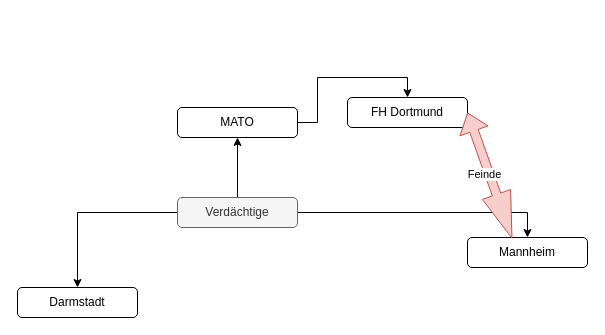
The draw.io diagram Unbenanntes Diagramm.drawio in Clara-yay/-FreeQuinnie, before the edit. Source tidied: cells renumbered, new cells numbered last; positions are measured from the earlier drawing's top-left corner, leaving out a move shared by most shapes. Both pictures are drawn from the tidied source at 100%, with x=0, y=0 at pixel (17, 77).
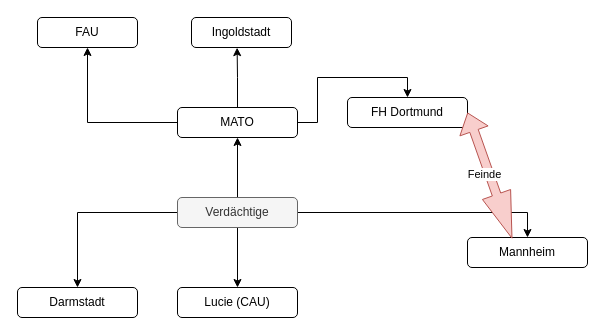
The same diagram, later.

Unchanged cells that the change refers to:
```xml
<mxCell id="6" value="Verdächtige" style="rounded=1;whiteSpace=wrap;html=1;fillColor=#f5f5f5;fontColor=#333333;strokeColor=#666666;" parent="1" vertex="1">
  <mxGeometry x="160" y="120" width="120" height="30" as="geometry" />
</mxCell>
<mxCell id="12" value="MATO" style="rounded=1;whiteSpace=wrap;html=1;" parent="1" vertex="1">
  <mxGeometry x="160" y="30" width="120" height="30" as="geometry" />
</mxCell>
```

Change to the diagram source:
```diff
@@
+    <mxCell id="13" style="edgeStyle=orthogonalEdgeStyle;rounded=0;jettySize=auto;html=1;" parent="1" edge="1" source="6" target="16">
+      <mxGeometry relative="1" as="geometry" />
+    </mxCell>
@@
+    <mxCell id="14" style="edgeStyle=orthogonalEdgeStyle;rounded=0;jettySize=auto;html=1;entryX=0.456;entryY=1.005;entryDx=0;entryDy=0;entryPerimeter=0;" parent="1" edge="1" source="12" target="18">
+      <mxGeometry relative="1" as="geometry" />
+    </mxCell>
+    <mxCell id="15" style="edgeStyle=orthogonalEdgeStyle;rounded=0;jettySize=auto;html=1;entryX=0.5;entryY=1;entryDx=0;entryDy=0;" parent="1" edge="1" source="12" target="17">
+      <mxGeometry relative="1" as="geometry" />
+    </mxCell>
@@
+    <mxCell id="16" value="Lucie (CAU)" style="rounded=1;whiteSpace=wrap;html=1;" parent="1" vertex="1">
+      <mxGeometry x="160" y="210" width="120" height="30" as="geometry" />
+    </mxCell>
+    <mxCell id="17" value="FAU" style="rounded=1;whiteSpace=wrap;html=1;" parent="1" vertex="1">
+      <mxGeometry x="20" y="-60" width="100" height="30" as="geometry" />
+    </mxCell>
+    <mxCell id="18" value="Ingoldstadt" style="rounded=1;whiteSpace=wrap;html=1;" parent="1" vertex="1">
+      <mxGeometry x="174" y="-60" width="100" height="30" as="geometry" />
+    </mxCell>
```
